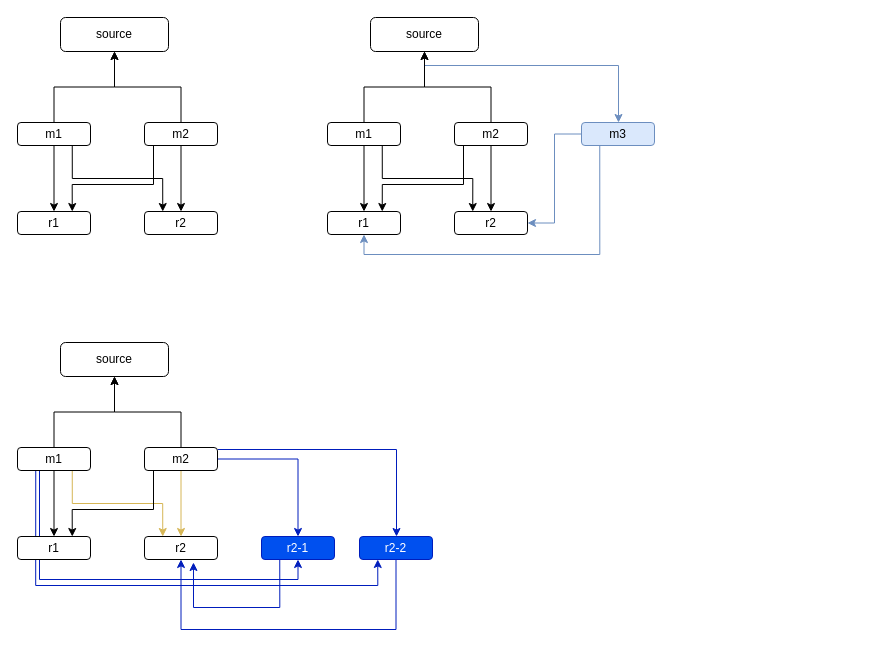
izerobit/colab keeps this draw.io diagram as rescale.drawio. Above is the earlier version. Source tidied: cells renumbered, new cells numbered last; positions are measured from the earlier drawing's top-left corner, leaving out a move shared by most shapes. Both pictures are drawn from the tidied source at 100%, with x=0, y=0 at pixel (17, 17).
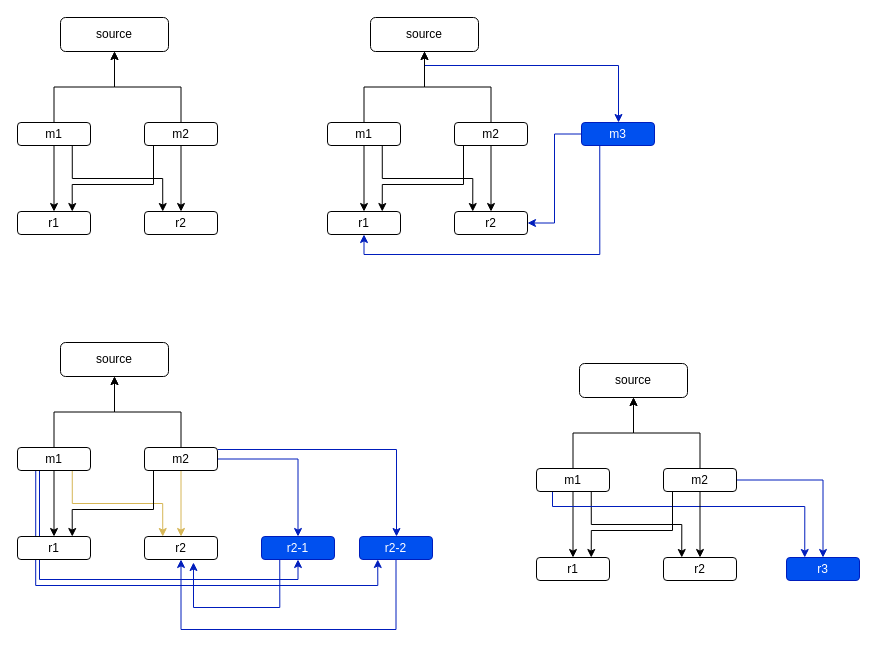
The same diagram, later.

The change refers to these unchanged cells:
```xml
<mxCell id="14" value="source" style="rounded=1;whiteSpace=wrap;html=1;" parent="1" vertex="1">
  <mxGeometry x="353" width="108" height="34" as="geometry" />
</mxCell>
<mxCell id="23" value="r1" style="rounded=1;whiteSpace=wrap;html=1;" parent="1" vertex="1">
  <mxGeometry x="310" y="194" width="73" height="23" as="geometry" />
</mxCell>
<mxCell id="24" value="r2" style="rounded=1;whiteSpace=wrap;html=1;" parent="1" vertex="1">
  <mxGeometry x="437" y="194" width="73" height="23" as="geometry" />
</mxCell>
```

What changed in the source:
```diff
@@
-    <mxCell id="13" style="edgeStyle=orthogonalEdgeStyle;rounded=0;jettySize=auto;html=1;fillColor=#dae8fc;strokeColor=#6c8ebf;" parent="1" edge="1" source="14" target="27">
+    <mxCell id="13" style="edgeStyle=orthogonalEdgeStyle;rounded=0;jettySize=auto;html=1;fillColor=#0050ef;strokeColor=#001DBC;" parent="1" edge="1" source="14" target="27">
       <mxGeometry relative="1" as="geometry">
         <Array as="points">
           <mxPoint x="407" y="48" />
           <mxPoint x="601" y="48" />
         </Array>
       </mxGeometry>
     </mxCell>
@@
-    <mxCell id="25" style="edgeStyle=orthogonalEdgeStyle;rounded=0;jettySize=auto;html=1;exitX=0.25;exitY=1;exitDx=0;exitDy=0;entryX=0.5;entryY=1;entryDx=0;entryDy=0;fillColor=#dae8fc;strokeColor=#6c8ebf;" parent="1" edge="1" source="27" target="23">
+    <mxCell id="25" style="edgeStyle=orthogonalEdgeStyle;rounded=0;jettySize=auto;html=1;exitX=0.25;exitY=1;exitDx=0;exitDy=0;entryX=0.5;entryY=1;entryDx=0;entryDy=0;fillColor=#0050ef;strokeColor=#001DBC;" parent="1" edge="1" source="27" target="23">
       <mxGeometry relative="1" as="geometry" />
     </mxCell>
-    <mxCell id="26" style="edgeStyle=orthogonalEdgeStyle;rounded=0;jettySize=auto;html=1;entryX=1;entryY=0.5;entryDx=0;entryDy=0;fillColor=#dae8fc;strokeColor=#6c8ebf;" parent="1" edge="1" source="27" target="24">
+    <mxCell id="26" style="edgeStyle=orthogonalEdgeStyle;rounded=0;jettySize=auto;html=1;entryX=1;entryY=0.5;entryDx=0;entryDy=0;fillColor=#0050ef;strokeColor=#001DBC;" parent="1" edge="1" source="27" target="24">
       <mxGeometry relative="1" as="geometry" />
     </mxCell>
-    <mxCell id="27" value="m3" style="rounded=1;whiteSpace=wrap;html=1;fillColor=#dae8fc;strokeColor=#6c8ebf;" parent="1" vertex="1">
+    <mxCell id="27" value="m3" style="rounded=1;whiteSpace=wrap;html=1;fillColor=#0050ef;strokeColor=#001DBC;fontColor=#ffffff;" parent="1" vertex="1">
       <mxGeometry x="564" y="105" width="73" height="23" as="geometry" />
     </mxCell>
@@
+    <mxCell id="47" value="source" style="rounded=1;whiteSpace=wrap;html=1;" parent="1" vertex="1">
+      <mxGeometry x="562" y="346" width="108" height="34" as="geometry" />
+    </mxCell>
+    <mxCell id="48" style="edgeStyle=orthogonalEdgeStyle;rounded=0;jettySize=auto;html=1;exitX=0.5;exitY=0;exitDx=0;exitDy=0;" parent="1" edge="1" source="52" target="47">
+      <mxGeometry relative="1" as="geometry" />
+    </mxCell>
+    <mxCell id="49" style="edgeStyle=orthogonalEdgeStyle;rounded=0;jettySize=auto;html=1;entryX=0.5;entryY=0;entryDx=0;entryDy=0;" parent="1" edge="1" source="52" target="58">
+      <mxGeometry relative="1" as="geometry" />
+    </mxCell>
+    <mxCell id="50" style="edgeStyle=orthogonalEdgeStyle;rounded=0;jettySize=auto;html=1;exitX=0.75;exitY=1;exitDx=0;exitDy=0;entryX=0.25;entryY=0;entryDx=0;entryDy=0;" parent="1" edge="1" source="52" target="59">
+      <mxGeometry relative="1" as="geometry" />
+    </mxCell>
+    <mxCell id="51" style="edgeStyle=orthogonalEdgeStyle;rounded=0;jettySize=auto;html=1;entryX=0.25;entryY=0;entryDx=0;entryDy=0;fillColor=#0050ef;strokeColor=#001DBC;" parent="1" edge="1" source="52" target="60">
+      <mxGeometry relative="1" as="geometry">
+        <Array as="points">
+          <mxPoint x="535" y="489" />
+          <mxPoint x="787" y="489" />
+        </Array>
+      </mxGeometry>
+    </mxCell>
+    <mxCell id="52" value="m1" style="rounded=1;whiteSpace=wrap;html=1;" parent="1" vertex="1">
+      <mxGeometry x="519" y="451" width="73" height="23" as="geometry" />
+    </mxCell>
+    <mxCell id="53" style="edgeStyle=orthogonalEdgeStyle;rounded=0;jettySize=auto;html=1;exitX=0.5;exitY=0;exitDx=0;exitDy=0;entryX=0.5;entryY=1;entryDx=0;entryDy=0;" parent="1" edge="1" source="57" target="47">
+      <mxGeometry relative="1" as="geometry" />
+    </mxCell>
+    <mxCell id="54" style="edgeStyle=orthogonalEdgeStyle;rounded=0;jettySize=auto;html=1;entryX=0.5;entryY=0;entryDx=0;entryDy=0;" parent="1" edge="1" source="57" target="59">
+      <mxGeometry relative="1" as="geometry" />
+    </mxCell>
+    <mxCell id="55" style="edgeStyle=orthogonalEdgeStyle;rounded=0;jettySize=auto;html=1;exitX=0.25;exitY=1;exitDx=0;exitDy=0;entryX=0.75;entryY=0;entryDx=0;entryDy=0;" parent="1" edge="1" source="57" target="58">
+      <mxGeometry relative="1" as="geometry">
+        <Array as="points">
+          <mxPoint x="655" y="474" />
+          <mxPoint x="655" y="513" />
+          <mxPoint x="574" y="513" />
+        </Array>
+      </mxGeometry>
+    </mxCell>
+    <mxCell id="56" style="edgeStyle=orthogonalEdgeStyle;rounded=0;jettySize=auto;html=1;entryX=0.5;entryY=0;entryDx=0;entryDy=0;fillColor=#0050ef;strokeColor=#001DBC;" parent="1" edge="1" source="57" target="60">
+      <mxGeometry relative="1" as="geometry" />
+    </mxCell>
+    <mxCell id="57" value="m2" style="rounded=1;whiteSpace=wrap;html=1;" parent="1" vertex="1">
+      <mxGeometry x="646" y="451" width="73" height="23" as="geometry" />
+    </mxCell>
+    <mxCell id="58" value="r1" style="rounded=1;whiteSpace=wrap;html=1;" parent="1" vertex="1">
+      <mxGeometry x="519" y="540" width="73" height="23" as="geometry" />
+    </mxCell>
+    <mxCell id="59" value="r2" style="rounded=1;whiteSpace=wrap;html=1;" parent="1" vertex="1">
+      <mxGeometry x="646" y="540" width="73" height="23" as="geometry" />
+    </mxCell>
+    <mxCell id="60" value="r3" style="rounded=1;whiteSpace=wrap;html=1;fillColor=#0050ef;strokeColor=#001DBC;fontColor=#ffffff;" parent="1" vertex="1">
+      <mxGeometry x="769" y="540" width="73" height="23" as="geometry" />
+    </mxCell>
```
